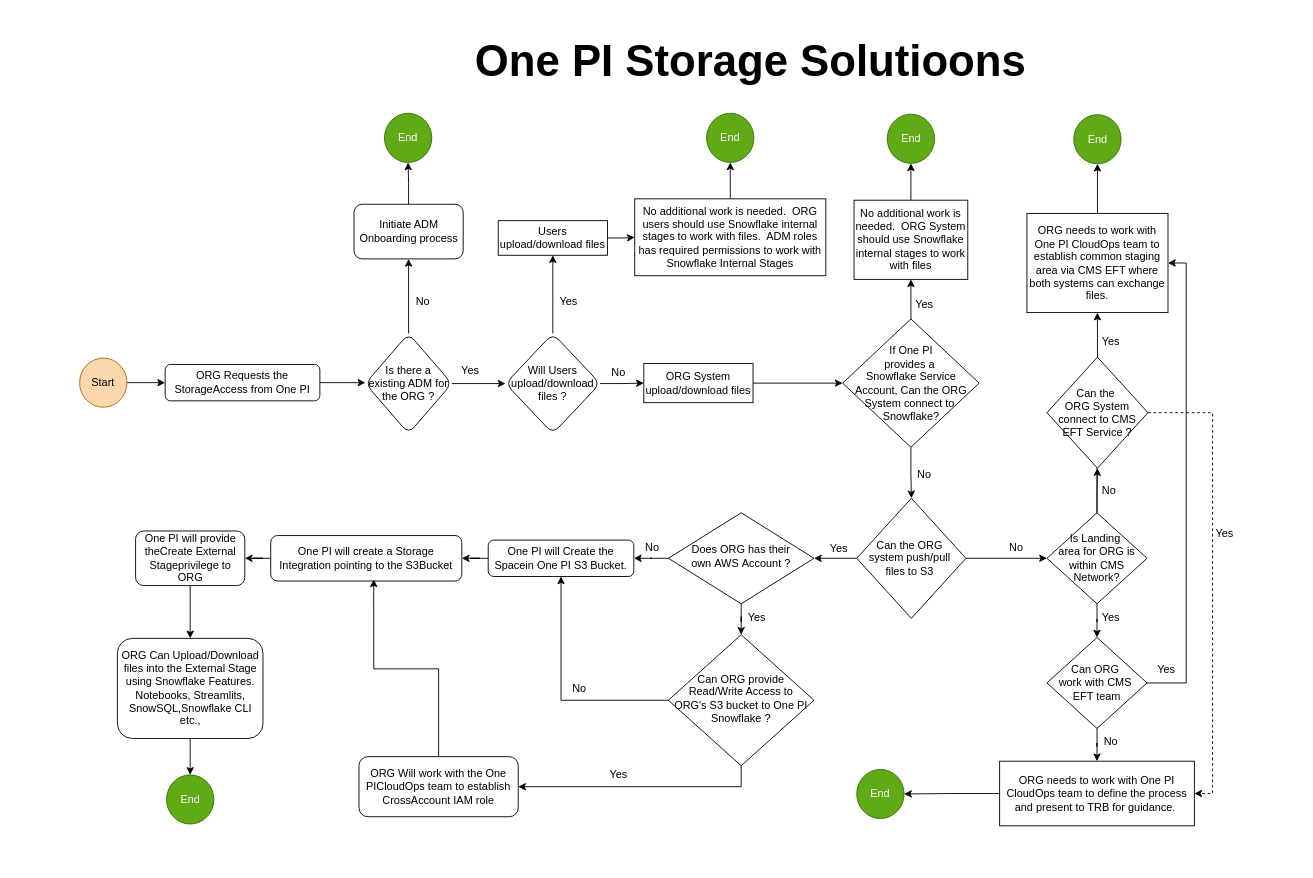
This is Untitled Diagram.drawio from mail2tvskc/abc, a draw.io file, before an edit. Source tidied: cells renumbered, new cells numbered last; positions are measured from the earlier drawing's top-left corner, leaving out a move shared by most shapes. Both pictures are drawn from the tidied source at 91%, with x=0, y=0 at pixel (79, 29).
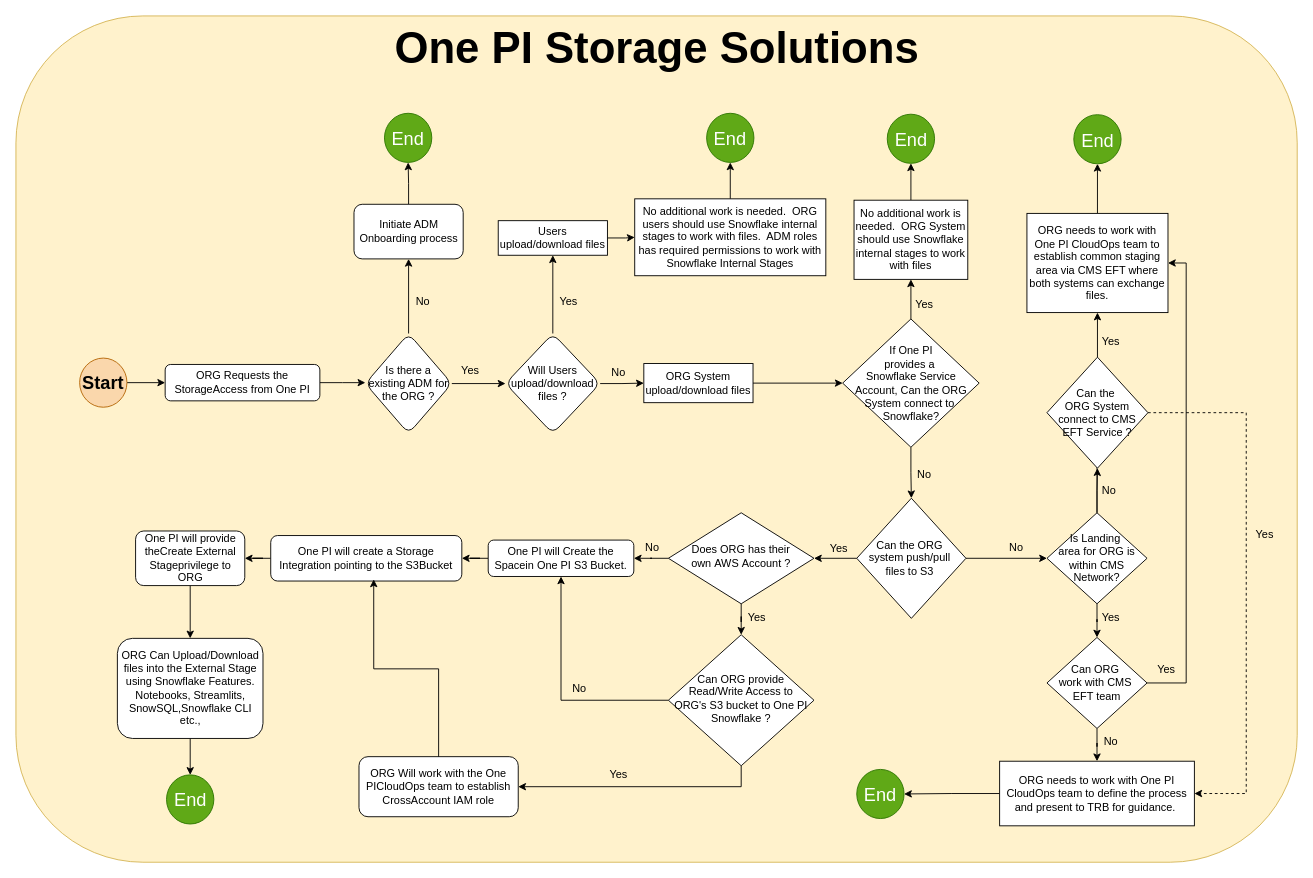
After the change.

Unchanged cells that the change refers to:
```xml
<mxCell id="3" value="ORG Requests the StorageAccess from One PI" style="rounded=1;whiteSpace=wrap;html=1;fontSize=12;glass=0;strokeWidth=1;shadow=0;" parent="1" vertex="1">
  <mxGeometry x="94" y="368" width="170" height="40" as="geometry" />
</mxCell>
<mxCell id="18" value="ORG Can Upload/Download files into the External Stage using Snowflake Features. Notebooks, Streamlits, SnowSQL,Snowflake CLI etc.," style="whiteSpace=wrap;html=1;rounded=1;glass=0;strokeWidth=1;shadow=0;" parent="1" vertex="1">
  <mxGeometry x="41.5" y="669" width="160" height="110" as="geometry" />
</mxCell>
<mxCell id="26" value="No additional work is needed.&amp;nbsp; ORG System should use Snowflake internal stages to work with files" style="whiteSpace=wrap;html=1;" parent="1" vertex="1">
  <mxGeometry x="851" y="187.5" width="125" height="87" as="geometry" />
</mxCell>
<mxCell id="36" value="Initiate ADM Onboarding process" style="whiteSpace=wrap;html=1;rounded=1;glass=0;strokeWidth=1;shadow=0;" parent="1" vertex="1">
  <mxGeometry x="301.5" y="192" width="120" height="60" as="geometry" />
</mxCell>
<mxCell id="41" value="No additional work is needed.&amp;nbsp; ORG users should use Snowflake internal stages to work with files.&amp;nbsp; ADM roles has required permissions to work with Snowflake Internal Stages" style="whiteSpace=wrap;html=1;" parent="1" vertex="1">
  <mxGeometry x="610" y="186" width="210" height="84.5" as="geometry" />
</mxCell>
<mxCell id="48" value="ORG needs to work with One PI CloudOps team to establish common staging area via CMS EFT where both systems can exchange files." style="rounded=0;whiteSpace=wrap;html=1;" parent="1" vertex="1">
  <mxGeometry x="1041" y="202" width="155" height="109" as="geometry" />
</mxCell>
<mxCell id="66" value="Is Landing&amp;nbsp;&lt;div&gt;area for ORG is within CMS Network&lt;span style=&quot;background-color: transparent; color: light-dark(rgb(0, 0, 0), rgb(255, 255, 255));&quot;&gt;?&lt;/span&gt;&lt;/div&gt;" style="rhombus;whiteSpace=wrap;html=1;" parent="1" vertex="1">
  <mxGeometry x="1063" y="531" width="110" height="100" as="geometry" />
</mxCell>
<mxCell id="68" value="Can the&amp;nbsp;&lt;div&gt;ORG System connect to CMS EFT&amp;nbsp;&lt;span style=&quot;background-color: transparent; color: light-dark(rgb(0, 0, 0), rgb(255, 255, 255));&quot;&gt;Service ?&lt;/span&gt;&lt;/div&gt;" style="rhombus;whiteSpace=wrap;html=1;" parent="1" vertex="1">
  <mxGeometry x="1063" y="360" width="111" height="122" as="geometry" />
</mxCell>
<mxCell id="77" value="ORG needs to work with One PI CloudOps team to define the process and present to TRB for guidance.&amp;nbsp;" style="whiteSpace=wrap;html=1;" parent="1" vertex="1">
  <mxGeometry x="1011" y="804" width="214" height="71" as="geometry" />
</mxCell>
```

The edit, as a diff of the source:
```diff
@@
-    <mxCell id="2" style="edgeStyle=orthogonalEdgeStyle;rounded=0;jettySize=auto;html=1;" parent="1" edge="1" source="3">
-      <mxGeometry relative="1" as="geometry">
-        <mxPoint x="314" y="388" as="targetPoint" />
-      </mxGeometry>
-    </mxCell>
+    <mxCell id="83" style="rounded=1;whiteSpace=wrap;html=1;fillColor=#fff2cc;strokeColor=#d6b656;" parent="1" vertex="1">
+      <mxGeometry x="-70" y="-15" width="1408" height="930" as="geometry" />
+    </mxCell>
+    <mxCell id="84" style="edgeStyle=orthogonalEdgeStyle;rounded=0;jettySize=auto;html=1;" parent="1" edge="1" source="3">
+      <mxGeometry relative="1" as="geometry">
+        <mxPoint x="314" y="388" as="targetPoint" />
+      </mxGeometry>
+    </mxCell>
@@
-    <mxCell id="17" style="edgeStyle=orthogonalEdgeStyle;rounded=0;jettySize=auto;html=1;" parent="1" edge="1" source="18" target="50">
-      <mxGeometry relative="1" as="geometry" />
-    </mxCell>
+    <mxCell id="85" style="edgeStyle=orthogonalEdgeStyle;rounded=0;jettySize=auto;html=1;" parent="1" edge="1" source="18" target="99">
+      <mxGeometry relative="1" as="geometry" />
+    </mxCell>
@@
-    <mxCell id="25" style="edgeStyle=orthogonalEdgeStyle;rounded=0;jettySize=auto;html=1;" parent="1" edge="1" source="26" target="46">
-      <mxGeometry relative="1" as="geometry" />
-    </mxCell>
+    <mxCell id="86" style="edgeStyle=orthogonalEdgeStyle;rounded=0;jettySize=auto;html=1;" parent="1" edge="1" source="26" target="96">
+      <mxGeometry relative="1" as="geometry" />
+    </mxCell>
@@
-    <mxCell id="27" value="Yes" style="text;html=1;align=center;verticalAlign=middle;strokeColor=none;fillColor=none;" parent="1" vertex="1">
-      <mxGeometry x="908" y="288" width="40" height="30" as="geometry" />
-    </mxCell>
-    <mxCell id="28" value="No" style="text;html=1;align=center;verticalAlign=middle;strokeColor=none;fillColor=none;" parent="1" vertex="1">
-      <mxGeometry x="908" y="474" width="40" height="30" as="geometry" />
-    </mxCell>
+    <mxCell id="87" value="Yes" style="text;html=1;align=center;verticalAlign=middle;strokeColor=none;fillColor=none;" parent="1" vertex="1">
+      <mxGeometry x="908" y="288" width="40" height="30" as="geometry" />
+    </mxCell>
+    <mxCell id="88" value="No" style="text;html=1;align=center;verticalAlign=middle;strokeColor=none;fillColor=none;" parent="1" vertex="1">
+      <mxGeometry x="908" y="474" width="40" height="30" as="geometry" />
+    </mxCell>
@@
-    <mxCell id="35" style="edgeStyle=orthogonalEdgeStyle;rounded=0;jettySize=auto;html=1;" parent="1" edge="1" source="36" target="44">
-      <mxGeometry relative="1" as="geometry" />
-    </mxCell>
+    <mxCell id="89" style="edgeStyle=orthogonalEdgeStyle;rounded=0;jettySize=auto;html=1;" parent="1" edge="1" source="36" target="94">
+      <mxGeometry relative="1" as="geometry" />
+    </mxCell>
@@
-    <mxCell id="37" value="No" style="text;html=1;align=center;verticalAlign=middle;strokeColor=none;fillColor=none;" parent="1" vertex="1">
-      <mxGeometry x="357" y="284" width="40" height="30" as="geometry" />
-    </mxCell>
-    <mxCell id="38" value="No" style="text;html=1;align=center;verticalAlign=middle;strokeColor=none;fillColor=none;" parent="1" vertex="1">
-      <mxGeometry x="1009" y="554" width="40" height="30" as="geometry" />
-    </mxCell>
-    <mxCell id="39" value="Yes" style="text;html=1;align=center;verticalAlign=middle;strokeColor=none;fillColor=none;" parent="1" vertex="1">
-      <mxGeometry x="814" y="556" width="40" height="30" as="geometry" />
-    </mxCell>
-    <mxCell id="40" style="edgeStyle=orthogonalEdgeStyle;rounded=0;jettySize=auto;html=1;" parent="1" edge="1" source="41" target="45">
-      <mxGeometry relative="1" as="geometry" />
-    </mxCell>
+    <mxCell id="90" value="No" style="text;html=1;align=center;verticalAlign=middle;strokeColor=none;fillColor=none;" parent="1" vertex="1">
+      <mxGeometry x="357" y="284" width="40" height="30" as="geometry" />
+    </mxCell>
+    <mxCell id="91" value="No" style="text;html=1;align=center;verticalAlign=middle;strokeColor=none;fillColor=none;" parent="1" vertex="1">
+      <mxGeometry x="1009" y="554" width="40" height="30" as="geometry" />
+    </mxCell>
+    <mxCell id="92" value="Yes" style="text;html=1;align=center;verticalAlign=middle;strokeColor=none;fillColor=none;" parent="1" vertex="1">
+      <mxGeometry x="814" y="556" width="40" height="30" as="geometry" />
+    </mxCell>
+    <mxCell id="93" style="edgeStyle=orthogonalEdgeStyle;rounded=0;jettySize=auto;html=1;" parent="1" edge="1" source="41" target="95">
+      <mxGeometry relative="1" as="geometry" />
+    </mxCell>
@@
-    <mxCell id="43" value="Start" style="ellipse;whiteSpace=wrap;html=1;fillColor=#fad7ac;strokeColor=#b46504;" parent="1" vertex="1">
+    <mxCell id="43" value="Start" style="ellipse;whiteSpace=wrap;html=1;fillColor=#fad7ac;strokeColor=#b46504;fontStyle=1;fontSize=20;" parent="1" vertex="1">
       <mxGeometry y="361" width="52" height="54" as="geometry" />
     </mxCell>
-    <mxCell id="44" value="End" style="ellipse;whiteSpace=wrap;html=1;fillColor=#60a917;fontColor=#ffffff;strokeColor=#2D7600;" parent="1" vertex="1">
-      <mxGeometry x="335" y="92" width="52" height="54" as="geometry" />
-    </mxCell>
-    <mxCell id="45" value="End" style="ellipse;whiteSpace=wrap;html=1;fillColor=#60a917;fontColor=#ffffff;strokeColor=#2D7600;" parent="1" vertex="1">
-      <mxGeometry x="689" y="92" width="52" height="54" as="geometry" />
-    </mxCell>
-    <mxCell id="46" value="End" style="ellipse;whiteSpace=wrap;html=1;fillColor=#60a917;fontColor=#ffffff;strokeColor=#2D7600;" parent="1" vertex="1">
-      <mxGeometry x="887.5" y="93" width="52" height="54" as="geometry" />
-    </mxCell>
-    <mxCell id="47" style="edgeStyle=orthogonalEdgeStyle;rounded=0;jettySize=auto;html=1;" parent="1" edge="1" source="48" target="49">
-      <mxGeometry relative="1" as="geometry" />
-    </mxCell>
+    <mxCell id="94" value="End" style="ellipse;whiteSpace=wrap;html=1;fillColor=#60a917;fontColor=#ffffff;strokeColor=#2D7600;fontSize=20;" parent="1" vertex="1">
+      <mxGeometry x="335" y="92" width="52" height="54" as="geometry" />
+    </mxCell>
+    <mxCell id="95" value="End" style="ellipse;whiteSpace=wrap;html=1;fillColor=#60a917;fontColor=#ffffff;strokeColor=#2D7600;fontSize=20;" parent="1" vertex="1">
+      <mxGeometry x="689" y="92" width="52" height="54" as="geometry" />
+    </mxCell>
+    <mxCell id="96" value="End" style="ellipse;whiteSpace=wrap;html=1;fillColor=#60a917;fontColor=#ffffff;strokeColor=#2D7600;fontSize=20;" parent="1" vertex="1">
+      <mxGeometry x="887.5" y="93" width="52" height="54" as="geometry" />
+    </mxCell>
+    <mxCell id="97" style="edgeStyle=orthogonalEdgeStyle;rounded=0;jettySize=auto;html=1;" parent="1" edge="1" source="48" target="98">
+      <mxGeometry relative="1" as="geometry" />
+    </mxCell>
@@
-    <mxCell id="49" value="End" style="ellipse;whiteSpace=wrap;html=1;fillColor=#60a917;fontColor=#ffffff;strokeColor=#2D7600;" parent="1" vertex="1">
-      <mxGeometry x="1092.5" y="93.5" width="52" height="54" as="geometry" />
-    </mxCell>
-    <mxCell id="50" value="End" style="ellipse;whiteSpace=wrap;html=1;fillColor=#60a917;fontColor=#ffffff;strokeColor=#2D7600;" parent="1" vertex="1">
-      <mxGeometry x="95.5" y="819" width="52" height="54" as="geometry" />
-    </mxCell>
+    <mxCell id="98" value="End" style="ellipse;whiteSpace=wrap;html=1;fillColor=#60a917;fontColor=#ffffff;strokeColor=#2D7600;fontSize=20;" parent="1" vertex="1">
+      <mxGeometry x="1092.5" y="93.5" width="52" height="54" as="geometry" />
+    </mxCell>
+    <mxCell id="99" value="End" style="ellipse;whiteSpace=wrap;html=1;fillColor=#60a917;fontColor=#ffffff;strokeColor=#2D7600;fontSize=20;" parent="1" vertex="1">
+      <mxGeometry x="95.5" y="819" width="52" height="54" as="geometry" />
+    </mxCell>
@@
-    <mxCell id="54" value="Yes" style="text;html=1;align=center;verticalAlign=middle;strokeColor=none;fillColor=none;" parent="1" vertex="1">
-      <mxGeometry x="517" y="284" width="40" height="30" as="geometry" />
-    </mxCell>
+    <mxCell id="100" value="Yes" style="text;html=1;align=center;verticalAlign=middle;strokeColor=none;fillColor=none;" parent="1" vertex="1">
+      <mxGeometry x="517" y="284" width="40" height="30" as="geometry" />
+    </mxCell>
@@
-    <mxCell id="57" value="No" style="text;html=1;align=center;verticalAlign=middle;strokeColor=none;fillColor=none;" parent="1" vertex="1">
-      <mxGeometry x="572" y="362" width="40" height="30" as="geometry" />
-    </mxCell>
-    <mxCell id="58" value="Yes" style="text;html=1;align=center;verticalAlign=middle;strokeColor=none;fillColor=none;" parent="1" vertex="1">
-      <mxGeometry x="409" y="360" width="40" height="30" as="geometry" />
-    </mxCell>
-    <mxCell id="59" value="No" style="text;html=1;align=center;verticalAlign=middle;strokeColor=none;fillColor=none;" parent="1" vertex="1">
-      <mxGeometry x="529" y="709" width="40" height="30" as="geometry" />
-    </mxCell>
-    <mxCell id="60" value="Yes" style="text;html=1;align=center;verticalAlign=middle;strokeColor=none;fillColor=none;" parent="1" vertex="1">
-      <mxGeometry x="572" y="804" width="40" height="30" as="geometry" />
-    </mxCell>
-    <mxCell id="61" value="Yes" style="text;html=1;align=center;verticalAlign=middle;strokeColor=none;fillColor=none;" parent="1" vertex="1">
-      <mxGeometry x="724" y="631" width="40" height="30" as="geometry" />
-    </mxCell>
-    <mxCell id="62" value="No" style="text;html=1;align=center;verticalAlign=middle;strokeColor=none;fillColor=none;" parent="1" vertex="1">
-      <mxGeometry x="609" y="554" width="40" height="30" as="geometry" />
-    </mxCell>
-    <mxCell id="63" style="edgeStyle=orthogonalEdgeStyle;rounded=0;jettySize=auto;html=1;" parent="1" edge="1" source="66">
-      <mxGeometry relative="1" as="geometry">
-        <mxPoint x="1118" y="431" as="targetPoint" />
-      </mxGeometry>
-    </mxCell>
+    <mxCell id="101" value="No" style="text;html=1;align=center;verticalAlign=middle;strokeColor=none;fillColor=none;" parent="1" vertex="1">
+      <mxGeometry x="572" y="362" width="40" height="30" as="geometry" />
+    </mxCell>
+    <mxCell id="102" value="Yes" style="text;html=1;align=center;verticalAlign=middle;strokeColor=none;fillColor=none;" parent="1" vertex="1">
+      <mxGeometry x="409" y="360" width="40" height="30" as="geometry" />
+    </mxCell>
+    <mxCell id="103" value="No" style="text;html=1;align=center;verticalAlign=middle;strokeColor=none;fillColor=none;" parent="1" vertex="1">
+      <mxGeometry x="529" y="709" width="40" height="30" as="geometry" />
+    </mxCell>
+    <mxCell id="104" value="Yes" style="text;html=1;align=center;verticalAlign=middle;strokeColor=none;fillColor=none;" parent="1" vertex="1">
+      <mxGeometry x="572" y="804" width="40" height="30" as="geometry" />
+    </mxCell>
+    <mxCell id="105" value="Yes" style="text;html=1;align=center;verticalAlign=middle;strokeColor=none;fillColor=none;" parent="1" vertex="1">
+      <mxGeometry x="724" y="631" width="40" height="30" as="geometry" />
+    </mxCell>
+    <mxCell id="106" value="No" style="text;html=1;align=center;verticalAlign=middle;strokeColor=none;fillColor=none;" parent="1" vertex="1">
+      <mxGeometry x="609" y="554" width="40" height="30" as="geometry" />
+    </mxCell>
+    <mxCell id="107" style="edgeStyle=orthogonalEdgeStyle;rounded=0;jettySize=auto;html=1;" parent="1" edge="1" source="66">
+      <mxGeometry relative="1" as="geometry">
+        <mxPoint x="1118" y="431" as="targetPoint" />
+      </mxGeometry>
+    </mxCell>
@@
-    <mxCell id="69" value="No" style="text;html=1;align=center;verticalAlign=middle;strokeColor=none;fillColor=none;" parent="1" vertex="1">
-      <mxGeometry x="1111" y="492" width="40" height="30" as="geometry" />
-    </mxCell>
-    <mxCell id="70" value="Yes" style="text;html=1;align=center;verticalAlign=middle;strokeColor=none;fillColor=none;" parent="1" vertex="1">
-      <mxGeometry x="1113" y="328" width="40" height="30" as="geometry" />
-    </mxCell>
+    <mxCell id="108" value="No" style="text;html=1;align=center;verticalAlign=middle;strokeColor=none;fillColor=none;" parent="1" vertex="1">
+      <mxGeometry x="1111" y="492" width="40" height="30" as="geometry" />
+    </mxCell>
+    <mxCell id="109" value="Yes" style="text;html=1;align=center;verticalAlign=middle;strokeColor=none;fillColor=none;" parent="1" vertex="1">
+      <mxGeometry x="1113" y="328" width="40" height="30" as="geometry" />
+    </mxCell>
@@
-    <mxCell id="74" value="Yes" style="text;html=1;align=center;verticalAlign=middle;strokeColor=none;fillColor=none;" parent="1" vertex="1">
-      <mxGeometry x="1113" y="631" width="40" height="30" as="geometry" />
-    </mxCell>
-    <mxCell id="75" value="Yes" style="text;html=1;align=center;verticalAlign=middle;strokeColor=none;fillColor=none;" parent="1" vertex="1">
-      <mxGeometry x="1174" y="689" width="40" height="30" as="geometry" />
-    </mxCell>
-    <mxCell id="76" style="edgeStyle=orthogonalEdgeStyle;rounded=0;jettySize=auto;html=1;exitX=0;exitY=0.5;exitDx=0;exitDy=0;" parent="1" edge="1" source="77" target="79">
-      <mxGeometry relative="1" as="geometry" />
-    </mxCell>
+    <mxCell id="110" value="Yes" style="text;html=1;align=center;verticalAlign=middle;strokeColor=none;fillColor=none;" parent="1" vertex="1">
+      <mxGeometry x="1113" y="631" width="40" height="30" as="geometry" />
+    </mxCell>
+    <mxCell id="111" value="Yes" style="text;html=1;align=center;verticalAlign=middle;strokeColor=none;fillColor=none;" parent="1" vertex="1">
+      <mxGeometry x="1174" y="689" width="40" height="30" as="geometry" />
+    </mxCell>
+    <mxCell id="112" style="edgeStyle=orthogonalEdgeStyle;rounded=0;jettySize=auto;html=1;exitX=0;exitY=0.5;exitDx=0;exitDy=0;" parent="1" edge="1" source="77" target="114">
+      <mxGeometry relative="1" as="geometry" />
+    </mxCell>
@@
-    <mxCell id="78" value="No" style="text;html=1;align=center;verticalAlign=middle;strokeColor=none;fillColor=none;" parent="1" vertex="1">
-      <mxGeometry x="1113" y="768" width="40" height="30" as="geometry" />
-    </mxCell>
-    <mxCell id="79" value="End" style="ellipse;whiteSpace=wrap;html=1;fillColor=#60a917;fontColor=#ffffff;strokeColor=#2D7600;" parent="1" vertex="1">
-      <mxGeometry x="854" y="813" width="52" height="54" as="geometry" />
-    </mxCell>
+    <mxCell id="113" value="No" style="text;html=1;align=center;verticalAlign=middle;strokeColor=none;fillColor=none;" parent="1" vertex="1">
+      <mxGeometry x="1113" y="768" width="40" height="30" as="geometry" />
+    </mxCell>
+    <mxCell id="114" value="End" style="ellipse;whiteSpace=wrap;html=1;fillColor=#60a917;fontColor=#ffffff;strokeColor=#2D7600;fontSize=20;" parent="1" vertex="1">
+      <mxGeometry x="854" y="813" width="52" height="54" as="geometry" />
+    </mxCell>
     <mxCell id="80" style="edgeStyle=orthogonalEdgeStyle;rounded=0;jettySize=auto;html=1;entryX=1;entryY=0.5;entryDx=0;entryDy=0;dashed=1;" parent="1" edge="1" source="68" target="77">
       <mxGeometry relative="1" as="geometry">
         <Array as="points">
-          <mxPoint x="1245" y="421" />
-          <mxPoint x="1245" y="839" />
+          <mxPoint x="1282" y="421" />
+          <mxPoint x="1282" y="839" />
         </Array>
       </mxGeometry>
     </mxCell>
-    <mxCell id="81" value="Yes" style="text;html=1;align=center;verticalAlign=middle;strokeColor=none;fillColor=none;" parent="1" vertex="1">
-      <mxGeometry x="1238" y="539" width="40" height="30" as="geometry" />
-    </mxCell>
-    <mxCell id="82" value="One PI Storage Solutioons" style="text;html=1;align=center;verticalAlign=middle;strokeColor=none;fillColor=none;fontStyle=1;fontSize=48;" parent="1" vertex="1">
-      <mxGeometry x="442" width="590" height="70" as="geometry" />
-    </mxCell>
+    <mxCell id="115" value="Yes" style="text;html=1;align=center;verticalAlign=middle;strokeColor=none;fillColor=none;" parent="1" vertex="1">
+      <mxGeometry x="1282" y="540" width="40" height="30" as="geometry" />
+    </mxCell>
+    <mxCell id="116" value="One PI Storage Solutions" style="text;html=1;align=center;verticalAlign=middle;strokeColor=none;fillColor=none;fontStyle=1;fontSize=48;" parent="1" vertex="1">
+      <mxGeometry x="349" y="-15" width="570" height="70" as="geometry" />
+    </mxCell>
```
